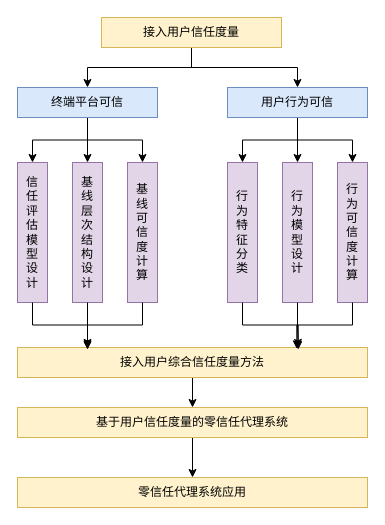
Earlier version of the draw.io diagram testDirectory/论文研究路线.drawio (Moose1273/-). Source tidied: cells renumbered, new cells numbered last; positions are measured from the earlier drawing's top-left corner, leaving out a move shared by most shapes. Both pictures are drawn from the tidied source at 100%, with x=0, y=0 at pixel (17, 17).
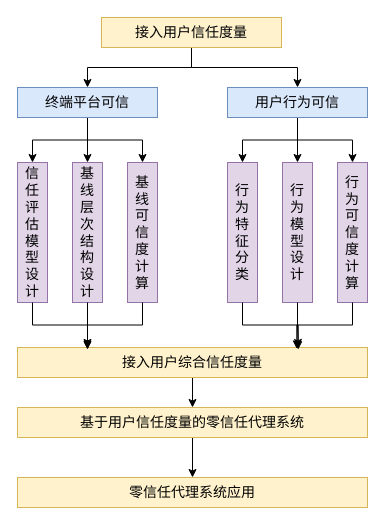
The same diagram, later.

Commit message (it also covers changes not shown here):
更新论文研究路线.drawio

What changed in the source:
```diff
@@
-    <mxCell id="2" style="edgeStyle=orthogonalEdgeStyle;rounded=0;jettySize=auto;html=1;entryX=0.5;entryY=0;entryDx=0;entryDy=0;" parent="1" edge="1" source="4" target="8">
+    <mxCell id="2" style="edgeStyle=orthogonalEdgeStyle;rounded=0;jettySize=auto;html=1;entryX=0.5;entryY=0;entryDx=0;entryDy=0;fontSize=14;" parent="1" edge="1" source="4" target="8">
       <mxGeometry relative="1" as="geometry" />
     </mxCell>
-    <mxCell id="3" style="edgeStyle=orthogonalEdgeStyle;rounded=0;jettySize=auto;html=1;" parent="1" edge="1" source="4" target="12">
+    <mxCell id="3" style="edgeStyle=orthogonalEdgeStyle;rounded=0;jettySize=auto;html=1;fontSize=14;" parent="1" edge="1" source="4" target="12">
       <mxGeometry relative="1" as="geometry" />
     </mxCell>
-    <mxCell id="4" value="接入用户信任度量" style="rounded=0;whiteSpace=wrap;html=1;fillColor=#fff2cc;strokeColor=#d6b656;" parent="1" vertex="1">
+    <mxCell id="4" value="接入用户信任度量" style="rounded=0;whiteSpace=wrap;html=1;fillColor=#fff2cc;strokeColor=#d6b656;fontSize=14;" parent="1" vertex="1">
       <mxGeometry x="84" width="180" height="30" as="geometry" />
     </mxCell>
-    <mxCell id="5" style="edgeStyle=orthogonalEdgeStyle;rounded=0;jettySize=auto;html=1;" parent="1" edge="1" source="8" target="14">
+    <mxCell id="5" style="edgeStyle=orthogonalEdgeStyle;rounded=0;jettySize=auto;html=1;fontSize=14;" parent="1" edge="1" source="8" target="14">
       <mxGeometry relative="1" as="geometry" />
     </mxCell>
-    <mxCell id="6" style="edgeStyle=orthogonalEdgeStyle;rounded=0;jettySize=auto;html=1;entryX=0;entryY=0.5;entryDx=0;entryDy=0;" parent="1" edge="1" source="8" target="13">
+    <mxCell id="6" style="edgeStyle=orthogonalEdgeStyle;rounded=0;jettySize=auto;html=1;entryX=0;entryY=0.5;entryDx=0;entryDy=0;fontSize=14;" parent="1" edge="1" source="8" target="13">
       <mxGeometry relative="1" as="geometry" />
     </mxCell>
-    <mxCell id="7" style="edgeStyle=orthogonalEdgeStyle;rounded=0;jettySize=auto;html=1;" parent="1" edge="1" source="8" target="15">
+    <mxCell id="7" style="edgeStyle=orthogonalEdgeStyle;rounded=0;jettySize=auto;html=1;fontSize=14;" parent="1" edge="1" source="8" target="15">
       <mxGeometry relative="1" as="geometry" />
     </mxCell>
-    <mxCell id="8" value="终端平台可信" style="rounded=0;whiteSpace=wrap;html=1;fillColor=#dae8fc;strokeColor=#6c8ebf;" parent="1" vertex="1">
+    <mxCell id="8" value="终端平台可信" style="rounded=0;whiteSpace=wrap;html=1;fillColor=#dae8fc;strokeColor=#6c8ebf;fontSize=14;" parent="1" vertex="1">
       <mxGeometry y="70" width="140" height="30" as="geometry" />
     </mxCell>
-    <mxCell id="9" style="edgeStyle=orthogonalEdgeStyle;rounded=0;jettySize=auto;html=1;entryX=0;entryY=0.5;entryDx=0;entryDy=0;" parent="1" edge="1" source="12" target="16">
+    <mxCell id="9" style="edgeStyle=orthogonalEdgeStyle;rounded=0;jettySize=auto;html=1;entryX=0;entryY=0.5;entryDx=0;entryDy=0;fontSize=14;" parent="1" edge="1" source="12" target="16">
       <mxGeometry relative="1" as="geometry" />
     </mxCell>
-    <mxCell id="10" style="edgeStyle=orthogonalEdgeStyle;rounded=0;jettySize=auto;html=1;" parent="1" edge="1" source="12" target="17">
+    <mxCell id="10" style="edgeStyle=orthogonalEdgeStyle;rounded=0;jettySize=auto;html=1;fontSize=14;" parent="1" edge="1" source="12" target="17">
       <mxGeometry relative="1" as="geometry" />
     </mxCell>
-    <mxCell id="11" style="edgeStyle=orthogonalEdgeStyle;rounded=0;jettySize=auto;html=1;entryX=0;entryY=0.5;entryDx=0;entryDy=0;" parent="1" edge="1" source="12" target="18">
+    <mxCell id="11" style="edgeStyle=orthogonalEdgeStyle;rounded=0;jettySize=auto;html=1;entryX=0;entryY=0.5;entryDx=0;entryDy=0;fontSize=14;" parent="1" edge="1" source="12" target="18">
       <mxGeometry relative="1" as="geometry" />
     </mxCell>
-    <mxCell id="12" value="用户行为可信" style="rounded=0;whiteSpace=wrap;html=1;fillColor=#dae8fc;strokeColor=#6c8ebf;" parent="1" vertex="1">
+    <mxCell id="12" value="用户行为可信" style="rounded=0;whiteSpace=wrap;html=1;fillColor=#dae8fc;strokeColor=#6c8ebf;fontSize=14;" parent="1" vertex="1">
       <mxGeometry x="210" y="70" width="140" height="30" as="geometry" />
     </mxCell>
-    <mxCell id="13" value="&lt;div&gt;基&lt;/div&gt;&lt;div&gt;线&lt;/div&gt;&lt;div&gt;层&lt;/div&gt;&lt;div&gt;次&lt;/div&gt;&lt;div&gt;结&lt;/div&gt;&lt;div&gt;构&lt;/div&gt;&lt;div&gt;设&lt;/div&gt;&lt;div&gt;计&lt;/div&gt;" style="rounded=0;whiteSpace=wrap;html=1;direction=south;fillColor=#e1d5e7;strokeColor=#9673a6;" parent="1" vertex="1">
+    <mxCell id="13" value="&lt;div style=&quot;font-size: 14px;&quot;&gt;基&lt;/div&gt;&lt;div style=&quot;font-size: 14px;&quot;&gt;线&lt;/div&gt;&lt;div style=&quot;font-size: 14px;&quot;&gt;层&lt;/div&gt;&lt;div style=&quot;font-size: 14px;&quot;&gt;次&lt;/div&gt;&lt;div style=&quot;font-size: 14px;&quot;&gt;结&lt;/div&gt;&lt;div style=&quot;font-size: 14px;&quot;&gt;构&lt;/div&gt;&lt;div style=&quot;font-size: 14px;&quot;&gt;设&lt;/div&gt;&lt;div style=&quot;font-size: 14px;&quot;&gt;计&lt;/div&gt;" style="rounded=0;whiteSpace=wrap;html=1;direction=south;fillColor=#e1d5e7;strokeColor=#9673a6;fontSize=14;" parent="1" vertex="1">
       <mxGeometry x="55" y="145" width="30" height="140" as="geometry" />
     </mxCell>
-    <mxCell id="14" value="&lt;div&gt;信&lt;/div&gt;&lt;div&gt;任&lt;/div&gt;&lt;div&gt;评&lt;/div&gt;&lt;div&gt;估&lt;/div&gt;&lt;div&gt;模&lt;/div&gt;&lt;div&gt;型&lt;/div&gt;&lt;div&gt;设&lt;/div&gt;&lt;div&gt;计&lt;/div&gt;" style="rounded=0;whiteSpace=wrap;html=1;direction=south;fillColor=#e1d5e7;strokeColor=#9673a6;" parent="1" vertex="1">
+    <mxCell id="14" value="&lt;div style=&quot;font-size: 14px;&quot;&gt;信&lt;/div&gt;&lt;div style=&quot;font-size: 14px;&quot;&gt;任&lt;/div&gt;&lt;div style=&quot;font-size: 14px;&quot;&gt;评&lt;/div&gt;&lt;div style=&quot;font-size: 14px;&quot;&gt;估&lt;/div&gt;&lt;div style=&quot;font-size: 14px;&quot;&gt;模&lt;/div&gt;&lt;div style=&quot;font-size: 14px;&quot;&gt;型&lt;/div&gt;&lt;div style=&quot;font-size: 14px;&quot;&gt;设&lt;/div&gt;&lt;div style=&quot;font-size: 14px;&quot;&gt;计&lt;/div&gt;" style="rounded=0;whiteSpace=wrap;html=1;direction=south;fillColor=#e1d5e7;strokeColor=#9673a6;fontSize=14;" parent="1" vertex="1">
       <mxGeometry y="145" width="30" height="140" as="geometry" />
     </mxCell>
-    <mxCell id="15" value="基&lt;div&gt;线&lt;/div&gt;&lt;div&gt;可&lt;/div&gt;&lt;div&gt;信&lt;/div&gt;&lt;div&gt;度&lt;/div&gt;&lt;div&gt;计&lt;/div&gt;&lt;div&gt;算&lt;/div&gt;" style="rounded=0;whiteSpace=wrap;html=1;direction=south;fillColor=#e1d5e7;strokeColor=#9673a6;" parent="1" vertex="1">
+    <mxCell id="15" value="基&lt;div style=&quot;font-size: 14px;&quot;&gt;线&lt;/div&gt;&lt;div style=&quot;font-size: 14px;&quot;&gt;可&lt;/div&gt;&lt;div style=&quot;font-size: 14px;&quot;&gt;信&lt;/div&gt;&lt;div style=&quot;font-size: 14px;&quot;&gt;度&lt;/div&gt;&lt;div style=&quot;font-size: 14px;&quot;&gt;计&lt;/div&gt;&lt;div style=&quot;font-size: 14px;&quot;&gt;算&lt;/div&gt;" style="rounded=0;whiteSpace=wrap;html=1;direction=south;fillColor=#e1d5e7;strokeColor=#9673a6;fontSize=14;" parent="1" vertex="1">
       <mxGeometry x="110" y="145" width="30" height="140" as="geometry" />
     </mxCell>
-    <mxCell id="16" value="行&lt;div&gt;为&lt;/div&gt;&lt;div&gt;特&lt;/div&gt;&lt;div&gt;征&lt;/div&gt;&lt;div&gt;分&lt;/div&gt;&lt;div&gt;类&lt;/div&gt;" style="rounded=0;whiteSpace=wrap;html=1;direction=south;fillColor=#e1d5e7;strokeColor=#9673a6;" parent="1" vertex="1">
+    <mxCell id="16" value="行&lt;div style=&quot;font-size: 14px;&quot;&gt;为&lt;/div&gt;&lt;div style=&quot;font-size: 14px;&quot;&gt;特&lt;/div&gt;&lt;div style=&quot;font-size: 14px;&quot;&gt;征&lt;/div&gt;&lt;div style=&quot;font-size: 14px;&quot;&gt;分&lt;/div&gt;&lt;div style=&quot;font-size: 14px;&quot;&gt;类&lt;/div&gt;" style="rounded=0;whiteSpace=wrap;html=1;direction=south;fillColor=#e1d5e7;strokeColor=#9673a6;fontSize=14;" parent="1" vertex="1">
       <mxGeometry x="210" y="145" width="30" height="140" as="geometry" />
     </mxCell>
-    <mxCell id="17" value="行&lt;div&gt;为&lt;/div&gt;&lt;div&gt;模&lt;/div&gt;&lt;div&gt;型&lt;/div&gt;&lt;div&gt;设&lt;/div&gt;&lt;div&gt;计&lt;/div&gt;" style="rounded=0;whiteSpace=wrap;html=1;direction=south;fillColor=#e1d5e7;strokeColor=#9673a6;" parent="1" vertex="1">
+    <mxCell id="17" value="行&lt;div style=&quot;font-size: 14px;&quot;&gt;为&lt;/div&gt;&lt;div style=&quot;font-size: 14px;&quot;&gt;模&lt;/div&gt;&lt;div style=&quot;font-size: 14px;&quot;&gt;型&lt;/div&gt;&lt;div style=&quot;font-size: 14px;&quot;&gt;设&lt;/div&gt;&lt;div style=&quot;font-size: 14px;&quot;&gt;计&lt;/div&gt;" style="rounded=0;whiteSpace=wrap;html=1;direction=south;fillColor=#e1d5e7;strokeColor=#9673a6;fontSize=14;" parent="1" vertex="1">
       <mxGeometry x="265" y="145" width="30" height="140" as="geometry" />
     </mxCell>
-    <mxCell id="18" value="行&lt;div&gt;为&lt;/div&gt;&lt;div&gt;可&lt;/div&gt;&lt;div&gt;信&lt;/div&gt;&lt;div&gt;度&lt;/div&gt;&lt;div&gt;计&lt;/div&gt;&lt;div&gt;算&lt;/div&gt;" style="rounded=0;whiteSpace=wrap;html=1;direction=south;fillColor=#e1d5e7;strokeColor=#9673a6;" parent="1" vertex="1">
+    <mxCell id="18" value="行&lt;div style=&quot;font-size: 14px;&quot;&gt;为&lt;/div&gt;&lt;div style=&quot;font-size: 14px;&quot;&gt;可&lt;/div&gt;&lt;div style=&quot;font-size: 14px;&quot;&gt;信&lt;/div&gt;&lt;div style=&quot;font-size: 14px;&quot;&gt;度&lt;/div&gt;&lt;div style=&quot;font-size: 14px;&quot;&gt;计&lt;/div&gt;&lt;div style=&quot;font-size: 14px;&quot;&gt;算&lt;/div&gt;" style="rounded=0;whiteSpace=wrap;html=1;direction=south;fillColor=#e1d5e7;strokeColor=#9673a6;fontSize=14;" parent="1" vertex="1">
       <mxGeometry x="320" y="145" width="30" height="140" as="geometry" />
     </mxCell>
-    <mxCell id="19" style="edgeStyle=orthogonalEdgeStyle;rounded=0;jettySize=auto;html=1;entryX=0.5;entryY=0;entryDx=0;entryDy=0;" parent="1" edge="1" source="20" target="22">
+    <mxCell id="19" style="edgeStyle=orthogonalEdgeStyle;rounded=0;jettySize=auto;html=1;entryX=0.5;entryY=0;entryDx=0;entryDy=0;fontSize=14;" parent="1" edge="1" source="20" target="22">
       <mxGeometry relative="1" as="geometry" />
     </mxCell>
-    <mxCell id="20" value="接入用户综合信任度量方法" style="rounded=0;whiteSpace=wrap;html=1;fillColor=#fff2cc;strokeColor=#d6b656;" parent="1" vertex="1">
+    <mxCell id="20" value="接入用户综合信任度量" style="rounded=0;whiteSpace=wrap;html=1;fillColor=#fff2cc;strokeColor=#d6b656;fontSize=14;" parent="1" vertex="1">
       <mxGeometry y="330" width="350" height="30" as="geometry" />
     </mxCell>
-    <mxCell id="21" style="edgeStyle=orthogonalEdgeStyle;rounded=0;jettySize=auto;html=1;" parent="1" edge="1" source="22" target="23">
+    <mxCell id="21" style="edgeStyle=orthogonalEdgeStyle;rounded=0;jettySize=auto;html=1;fontSize=14;" parent="1" edge="1" source="22" target="23">
       <mxGeometry relative="1" as="geometry" />
     </mxCell>
-    <mxCell id="22" value="基于用户信任度量的零信任代理系统" style="rounded=0;whiteSpace=wrap;html=1;fillColor=#fff2cc;strokeColor=#d6b656;" parent="1" vertex="1">
+    <mxCell id="22" value="基于用户信任度量的零信任代理系统" style="rounded=0;whiteSpace=wrap;html=1;fillColor=#fff2cc;strokeColor=#d6b656;fontSize=14;" parent="1" vertex="1">
       <mxGeometry y="390" width="350" height="30" as="geometry" />
     </mxCell>
-    <mxCell id="23" value="零信任代理系统应用" style="rounded=0;whiteSpace=wrap;html=1;fillColor=#fff2cc;strokeColor=#d6b656;" parent="1" vertex="1">
+    <mxCell id="23" value="零信任代理系统应用" style="rounded=0;whiteSpace=wrap;html=1;fillColor=#fff2cc;strokeColor=#d6b656;fontSize=14;" parent="1" vertex="1">
       <mxGeometry y="460" width="350" height="30" as="geometry" />
     </mxCell>
-    <mxCell id="24" style="edgeStyle=orthogonalEdgeStyle;rounded=0;jettySize=auto;html=1;entryX=0.2;entryY=0.073;entryDx=0;entryDy=0;entryPerimeter=0;" parent="1" edge="1" source="13" target="20">
+    <mxCell id="24" style="edgeStyle=orthogonalEdgeStyle;rounded=0;jettySize=auto;html=1;entryX=0.2;entryY=0.073;entryDx=0;entryDy=0;entryPerimeter=0;fontSize=14;" parent="1" edge="1" source="13" target="20">
       <mxGeometry relative="1" as="geometry" />
     </mxCell>
-    <mxCell id="25" style="edgeStyle=orthogonalEdgeStyle;rounded=0;jettySize=auto;html=1;entryX=0.2;entryY=0.048;entryDx=0;entryDy=0;entryPerimeter=0;" parent="1" edge="1" source="14" target="20">
+    <mxCell id="25" style="edgeStyle=orthogonalEdgeStyle;rounded=0;jettySize=auto;html=1;entryX=0.2;entryY=0.048;entryDx=0;entryDy=0;entryPerimeter=0;fontSize=14;" parent="1" edge="1" source="14" target="20">
       <mxGeometry relative="1" as="geometry" />
     </mxCell>
-    <mxCell id="26" style="edgeStyle=orthogonalEdgeStyle;rounded=0;jettySize=auto;html=1;entryX=0.2;entryY=-0.003;entryDx=0;entryDy=0;entryPerimeter=0;" parent="1" edge="1" source="15" target="20">
+    <mxCell id="26" style="edgeStyle=orthogonalEdgeStyle;rounded=0;jettySize=auto;html=1;entryX=0.2;entryY=-0.003;entryDx=0;entryDy=0;entryPerimeter=0;fontSize=14;" parent="1" edge="1" source="15" target="20">
       <mxGeometry relative="1" as="geometry" />
     </mxCell>
-    <mxCell id="27" style="edgeStyle=orthogonalEdgeStyle;rounded=0;jettySize=auto;html=1;entryX=0.802;entryY=-0.003;entryDx=0;entryDy=0;entryPerimeter=0;" parent="1" edge="1" source="17" target="20">
+    <mxCell id="27" style="edgeStyle=orthogonalEdgeStyle;rounded=0;jettySize=auto;html=1;entryX=0.802;entryY=-0.003;entryDx=0;entryDy=0;entryPerimeter=0;fontSize=14;" parent="1" edge="1" source="17" target="20">
       <mxGeometry relative="1" as="geometry" />
     </mxCell>
-    <mxCell id="28" style="edgeStyle=orthogonalEdgeStyle;rounded=0;jettySize=auto;html=1;entryX=0.802;entryY=0.073;entryDx=0;entryDy=0;entryPerimeter=0;" parent="1" edge="1" source="16" target="20">
+    <mxCell id="28" style="edgeStyle=orthogonalEdgeStyle;rounded=0;jettySize=auto;html=1;entryX=0.802;entryY=0.073;entryDx=0;entryDy=0;entryPerimeter=0;fontSize=14;" parent="1" edge="1" source="16" target="20">
       <mxGeometry relative="1" as="geometry" />
     </mxCell>
-    <mxCell id="29" style="edgeStyle=orthogonalEdgeStyle;rounded=0;jettySize=auto;html=1;entryX=0.798;entryY=0.048;entryDx=0;entryDy=0;entryPerimeter=0;" parent="1" edge="1" source="18" target="20">
+    <mxCell id="29" style="edgeStyle=orthogonalEdgeStyle;rounded=0;jettySize=auto;html=1;entryX=0.798;entryY=0.048;entryDx=0;entryDy=0;entryPerimeter=0;fontSize=14;" parent="1" edge="1" source="18" target="20">
       <mxGeometry relative="1" as="geometry" />
     </mxCell>
```
